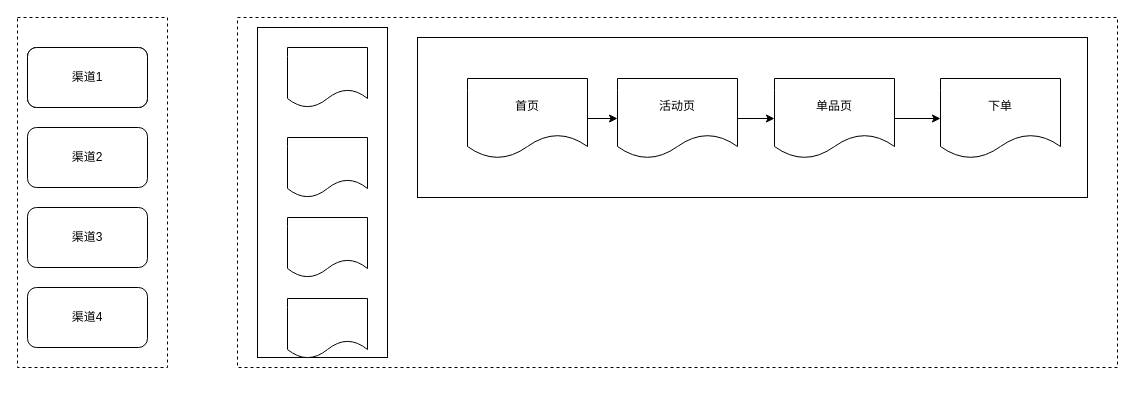
Above: Untitled Diagram.drawio in lishanlin/doc (draw.io), before the change. Source tidied: cells renumbered, new cells numbered last; positions are measured from the earlier drawing's top-left corner, leaving out a move shared by most shapes. Both pictures are drawn from the tidied source at 100%, with x=0, y=0 at pixel (17, 17).
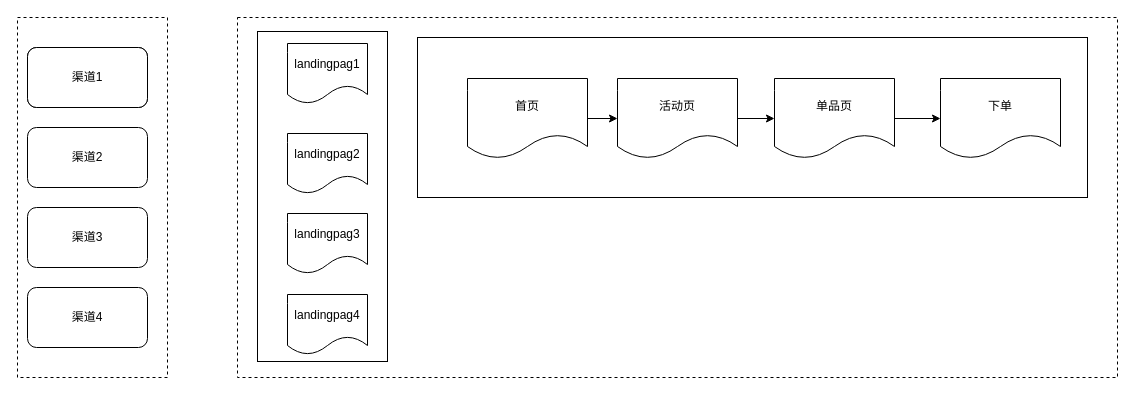
After the change.

Diff of the diagram source:
```diff
@@
     <mxCell id="2" style="whiteSpace=wrap;html=1;dashed=1;" parent="1" vertex="1">
-      <mxGeometry x="220" width="880" height="350" as="geometry" />
+      <mxGeometry x="220" width="880" height="360" as="geometry" />
     </mxCell>
     <mxCell id="3" style="rounded=0;whiteSpace=wrap;html=1;dashed=1;" parent="1" vertex="1">
-      <mxGeometry width="150" height="350" as="geometry" />
+      <mxGeometry width="150" height="360" as="geometry" />
     </mxCell>
@@
     <mxCell id="7" style="rounded=0;whiteSpace=wrap;html=1;" parent="1" vertex="1">
-      <mxGeometry x="240" y="10" width="130" height="330" as="geometry" />
+      <mxGeometry x="240" y="14" width="130" height="330" as="geometry" />
     </mxCell>
@@
-    <mxCell id="10" style="shape=document;whiteSpace=wrap;html=1;boundedLbl=1;" parent="1" vertex="1">
-      <mxGeometry x="270" y="30" width="80" height="60" as="geometry" />
+    <mxCell id="10" value="landingpag1" style="shape=document;whiteSpace=wrap;html=1;boundedLbl=1;" parent="1" vertex="1">
+      <mxGeometry x="270" y="26" width="80" height="60" as="geometry" />
     </mxCell>
-    <mxCell id="11" style="shape=document;whiteSpace=wrap;html=1;boundedLbl=1;" parent="1" vertex="1">
-      <mxGeometry x="270" y="120" width="80" height="60" as="geometry" />
+    <mxCell id="11" value="landingpag2" style="shape=document;whiteSpace=wrap;html=1;boundedLbl=1;" parent="1" vertex="1">
+      <mxGeometry x="270" y="116" width="80" height="60" as="geometry" />
     </mxCell>
-    <mxCell id="12" style="shape=document;whiteSpace=wrap;html=1;boundedLbl=1;" parent="1" vertex="1">
-      <mxGeometry x="270" y="200" width="80" height="60" as="geometry" />
+    <mxCell id="12" value="landingpag3" style="shape=document;whiteSpace=wrap;html=1;boundedLbl=1;" parent="1" vertex="1">
+      <mxGeometry x="270" y="196" width="80" height="60" as="geometry" />
     </mxCell>
@@
-    <mxCell id="14" style="shape=document;whiteSpace=wrap;html=1;boundedLbl=1;" parent="1" vertex="1">
-      <mxGeometry x="270" y="281" width="80" height="60" as="geometry" />
+    <mxCell id="14" value="landingpag4" style="shape=document;whiteSpace=wrap;html=1;boundedLbl=1;" parent="1" vertex="1">
+      <mxGeometry x="270" y="277" width="80" height="60" as="geometry" />
     </mxCell>
```
